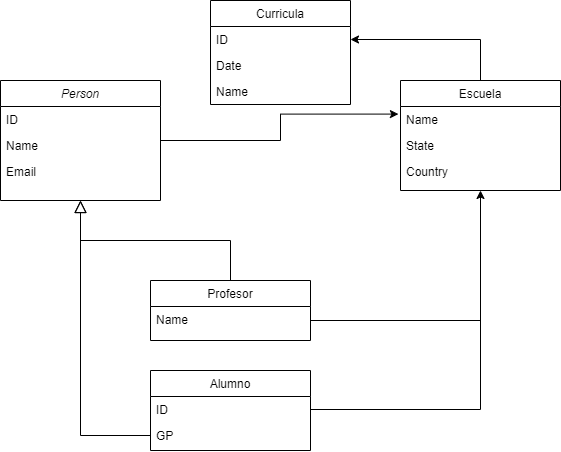
Warkanlock/ThinkInReact keeps this draw.io diagram as imgs/eng/class_diagram.png. Above is the earlier version. Source tidied: cells renumbered, new cells last; positions are measured from the earlier drawing's top-left corner, leaving out a move shared by most shapes. The source it was exported from:
```xml
<mxGraphModel>
  <root>
    <mxCell id="0" />
    <mxCell id="1" parent="0" />
    <mxCell id="2" style="edgeStyle=orthogonalEdgeStyle;rounded=0;jettySize=auto;html=1;entryX=-0.013;entryY=0.292;entryDx=0;entryDy=0;entryPerimeter=0;endArrow=classic;endFill=1;" parent="1" edge="1" source="3" target="14">
      <mxGeometry relative="1" as="geometry">
        <Array as="points">
          <mxPoint x="280" y="140" />
        </Array>
      </mxGeometry>
    </mxCell>
    <mxCell id="3" value="Person" style="swimlane;fontStyle=2;align=center;verticalAlign=top;horizontal=1;startSize=26;rounded=0;shadow=0;strokeWidth=1;" parent="1" vertex="1">
      <mxGeometry y="80" width="160" height="120" as="geometry" />
    </mxCell>
    <mxCell id="4" value="ID" style="text;align=left;verticalAlign=top;spacingLeft=4;spacingRight=4;overflow=hidden;" parent="3" vertex="1">
      <mxGeometry y="26" width="160" height="26" as="geometry" />
    </mxCell>
    <mxCell id="5" value="Name" style="text;align=left;verticalAlign=top;spacingLeft=4;spacingRight=4;overflow=hidden;rounded=0;shadow=0;html=0;" parent="3" vertex="1">
      <mxGeometry y="52" width="160" height="26" as="geometry" />
    </mxCell>
    <mxCell id="6" value="Email" style="text;align=left;verticalAlign=top;spacingLeft=4;spacingRight=4;overflow=hidden;rounded=0;shadow=0;html=0;" parent="3" vertex="1">
      <mxGeometry y="78" width="160" height="26" as="geometry" />
    </mxCell>
    <mxCell id="7" style="endArrow=block;endSize=10;endFill=0;shadow=0;strokeWidth=1;rounded=0;edgeStyle=elbowEdgeStyle;elbow=vertical;exitX=0;exitY=0.5;exitDx=0;exitDy=0;entryX=0.5;entryY=1;entryDx=0;entryDy=0;" parent="1" edge="1" source="11" target="3">
      <mxGeometry relative="1" as="geometry">
        <Array as="points">
          <mxPoint x="110" y="435" />
        </Array>
      </mxGeometry>
    </mxCell>
    <mxCell id="8" style="endArrow=block;endSize=10;endFill=0;shadow=0;strokeWidth=1;rounded=0;edgeStyle=elbowEdgeStyle;elbow=vertical;" parent="1" edge="1" source="23" target="3">
      <mxGeometry relative="1" as="geometry" />
    </mxCell>
    <mxCell id="9" value="Alumno" style="swimlane;fontStyle=0;align=center;verticalAlign=top;horizontal=1;startSize=26;rounded=0;shadow=0;strokeWidth=1;" parent="1" vertex="1">
      <mxGeometry x="150" y="370" width="160" height="80" as="geometry" />
    </mxCell>
    <mxCell id="10" value="ID" style="text;align=left;verticalAlign=top;spacingLeft=4;spacingRight=4;overflow=hidden;points=[[0,0.5],[1,0.5]];portConstraint=eastwest;" parent="9" vertex="1">
      <mxGeometry y="26" width="160" height="26" as="geometry" />
    </mxCell>
    <mxCell id="11" value="GP" style="text;align=left;verticalAlign=top;spacingLeft=4;spacingRight=4;overflow=hidden;points=[[0,0.5],[1,0.5]];portConstraint=eastwest;rounded=0;shadow=0;html=0;" parent="9" vertex="1">
      <mxGeometry y="52" width="160" height="26" as="geometry" />
    </mxCell>
    <mxCell id="12" style="edgeStyle=orthogonalEdgeStyle;rounded=0;jettySize=auto;html=1;entryX=1;entryY=0.5;entryDx=0;entryDy=0;endArrow=classic;endFill=1;" parent="1" edge="1" source="13" target="20">
      <mxGeometry relative="1" as="geometry" />
    </mxCell>
    <mxCell id="13" value="Escuela" style="swimlane;fontStyle=0;align=center;verticalAlign=top;horizontal=1;startSize=26;rounded=0;shadow=0;strokeWidth=1;" parent="1" vertex="1">
      <mxGeometry x="400" y="80" width="160" height="110" as="geometry" />
    </mxCell>
    <mxCell id="14" value="Name" style="text;align=left;verticalAlign=top;spacingLeft=4;spacingRight=4;overflow=hidden;points=[[0,0.5],[1,0.5]];portConstraint=eastwest;rounded=0;shadow=0;html=0;" parent="13" vertex="1">
      <mxGeometry y="26" width="160" height="26" as="geometry" />
    </mxCell>
    <mxCell id="15" value="State" style="text;align=left;verticalAlign=top;spacingLeft=4;spacingRight=4;overflow=hidden;" parent="13" vertex="1">
      <mxGeometry y="52" width="160" height="26" as="geometry" />
    </mxCell>
    <mxCell id="16" value="Country" style="text;align=left;verticalAlign=top;spacingLeft=4;spacingRight=4;overflow=hidden;rounded=0;shadow=0;html=0;" parent="13" vertex="1">
      <mxGeometry y="78" width="160" height="26" as="geometry" />
    </mxCell>
    <mxCell id="17" style="edgeStyle=orthogonalEdgeStyle;rounded=0;jettySize=auto;html=1;entryX=0.5;entryY=1;entryDx=0;entryDy=0;" parent="1" edge="1" source="24" target="13">
      <mxGeometry relative="1" as="geometry">
        <Array as="points">
          <mxPoint x="480" y="320" />
        </Array>
      </mxGeometry>
    </mxCell>
    <mxCell id="18" style="edgeStyle=orthogonalEdgeStyle;rounded=0;jettySize=auto;html=1;endArrow=none;endFill=0;" parent="1" edge="1" source="10">
      <mxGeometry relative="1" as="geometry">
        <mxPoint x="480" y="300" as="targetPoint" />
      </mxGeometry>
    </mxCell>
    <mxCell id="19" value="Curricula" style="swimlane;fontStyle=0;horizontal=1;startSize=26;fillColor=none;" parent="1" vertex="1">
      <mxGeometry x="210" width="140" height="104" as="geometry" />
    </mxCell>
    <mxCell id="20" value="ID" style="text;strokeColor=none;fillColor=none;align=left;verticalAlign=top;spacingLeft=4;spacingRight=4;overflow=hidden;points=[[0,0.5],[1,0.5]];portConstraint=eastwest;" parent="19" vertex="1">
      <mxGeometry y="26" width="140" height="26" as="geometry" />
    </mxCell>
    <mxCell id="21" value="Date" style="text;strokeColor=none;fillColor=none;align=left;verticalAlign=top;spacingLeft=4;spacingRight=4;overflow=hidden;" parent="19" vertex="1">
      <mxGeometry y="52" width="140" height="26" as="geometry" />
    </mxCell>
    <mxCell id="22" value="Name" style="text;strokeColor=none;fillColor=none;align=left;verticalAlign=top;spacingLeft=4;spacingRight=4;overflow=hidden;" parent="19" vertex="1">
      <mxGeometry y="78" width="140" height="26" as="geometry" />
    </mxCell>
    <mxCell id="23" value="Profesor" style="swimlane;fontStyle=0;align=center;verticalAlign=top;horizontal=1;startSize=26;rounded=0;shadow=0;strokeWidth=1;" parent="1" vertex="1">
      <mxGeometry x="150" y="280" width="160" height="60" as="geometry" />
    </mxCell>
    <mxCell id="24" value="Name" style="text;align=left;verticalAlign=top;spacingLeft=4;spacingRight=4;overflow=hidden;points=[[0,0.5],[1,0.5]];portConstraint=eastwest;" parent="23" vertex="1">
      <mxGeometry y="26" width="160" height="26" as="geometry" />
    </mxCell>
  </root>
</mxGraphModel>
```
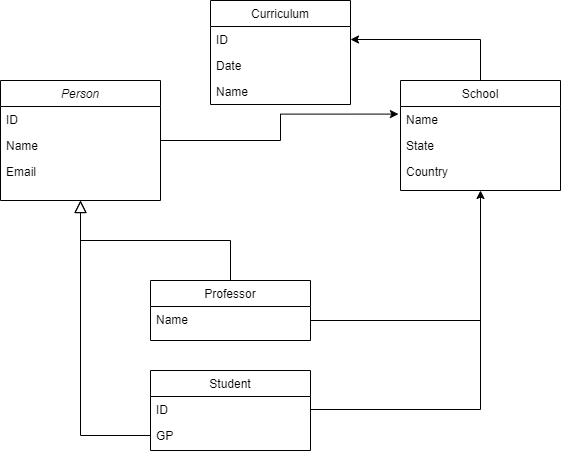
After the commit.

Commit message:
Typo img

The edit, as a diff of the source:
```diff
@@ -31,7 +31,7 @@
     <mxCell id="8" style="endArrow=block;endSize=10;endFill=0;shadow=0;strokeWidth=1;rounded=0;edgeStyle=elbowEdgeStyle;elbow=vertical;" parent="1" edge="1" source="23" target="3">
       <mxGeometry relative="1" as="geometry" />
     </mxCell>
-    <mxCell id="9" value="Alumno" style="swimlane;fontStyle=0;align=center;verticalAlign=top;horizontal=1;startSize=26;rounded=0;shadow=0;strokeWidth=1;" parent="1" vertex="1">
+    <mxCell id="9" value="Student" style="swimlane;fontStyle=0;align=center;verticalAlign=top;horizontal=1;startSize=26;rounded=0;shadow=0;strokeWidth=1;" parent="1" vertex="1">
       <mxGeometry x="150" y="370" width="160" height="80" as="geometry" />
     </mxCell>
     <mxCell id="10" value="ID" style="text;align=left;verticalAlign=top;spacingLeft=4;spacingRight=4;overflow=hidden;points=[[0,0.5],[1,0.5]];portConstraint=eastwest;" parent="9" vertex="1">
@@ -43,7 +43,7 @@
     <mxCell id="12" style="edgeStyle=orthogonalEdgeStyle;rounded=0;jettySize=auto;html=1;entryX=1;entryY=0.5;entryDx=0;entryDy=0;endArrow=classic;endFill=1;" parent="1" edge="1" source="13" target="20">
       <mxGeometry relative="1" as="geometry" />
     </mxCell>
-    <mxCell id="13" value="Escuela" style="swimlane;fontStyle=0;align=center;verticalAlign=top;horizontal=1;startSize=26;rounded=0;shadow=0;strokeWidth=1;" parent="1" vertex="1">
+    <mxCell id="13" value="School" style="swimlane;fontStyle=0;align=center;verticalAlign=top;horizontal=1;startSize=26;rounded=0;shadow=0;strokeWidth=1;" parent="1" vertex="1">
       <mxGeometry x="400" y="80" width="160" height="110" as="geometry" />
     </mxCell>
     <mxCell id="14" value="Name" style="text;align=left;verticalAlign=top;spacingLeft=4;spacingRight=4;overflow=hidden;points=[[0,0.5],[1,0.5]];portConstraint=eastwest;rounded=0;shadow=0;html=0;" parent="13" vertex="1">
@@ -67,7 +67,7 @@
         <mxPoint x="480" y="300" as="targetPoint" />
       </mxGeometry>
     </mxCell>
-    <mxCell id="19" value="Curricula" style="swimlane;fontStyle=0;horizontal=1;startSize=26;fillColor=none;" parent="1" vertex="1">
+    <mxCell id="19" value="Curriculum" style="swimlane;fontStyle=0;horizontal=1;startSize=26;fillColor=none;" parent="1" vertex="1">
       <mxGeometry x="210" width="140" height="104" as="geometry" />
     </mxCell>
     <mxCell id="20" value="ID" style="text;strokeColor=none;fillColor=none;align=left;verticalAlign=top;spacingLeft=4;spacingRight=4;overflow=hidden;points=[[0,0.5],[1,0.5]];portConstraint=eastwest;" parent="19" vertex="1">
@@ -79,7 +79,7 @@
     <mxCell id="22" value="Name" style="text;strokeColor=none;fillColor=none;align=left;verticalAlign=top;spacingLeft=4;spacingRight=4;overflow=hidden;" parent="19" vertex="1">
       <mxGeometry y="78" width="140" height="26" as="geometry" />
     </mxCell>
-    <mxCell id="23" value="Profesor" style="swimlane;fontStyle=0;align=center;verticalAlign=top;horizontal=1;startSize=26;rounded=0;shadow=0;strokeWidth=1;" parent="1" vertex="1">
+    <mxCell id="23" value="Professor" style="swimlane;fontStyle=0;align=center;verticalAlign=top;horizontal=1;startSize=26;rounded=0;shadow=0;strokeWidth=1;" parent="1" vertex="1">
       <mxGeometry x="150" y="280" width="160" height="60" as="geometry" />
     </mxCell>
     <mxCell id="24" value="Name" style="text;align=left;verticalAlign=top;spacingLeft=4;spacingRight=4;overflow=hidden;points=[[0,0.5],[1,0.5]];portConstraint=eastwest;" parent="23" vertex="1">
```
